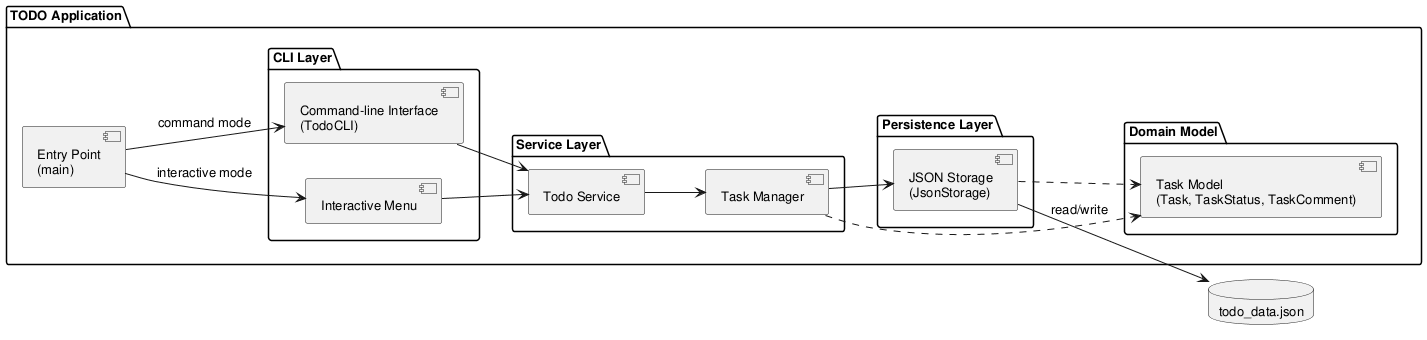
DanielRiha8906/Software_autoevolution_using_agents keeps this PlantUML diagram as experiments/broadcast/user_stories/TODO/artifacts/component_diagram.png. Above is the earlier version.
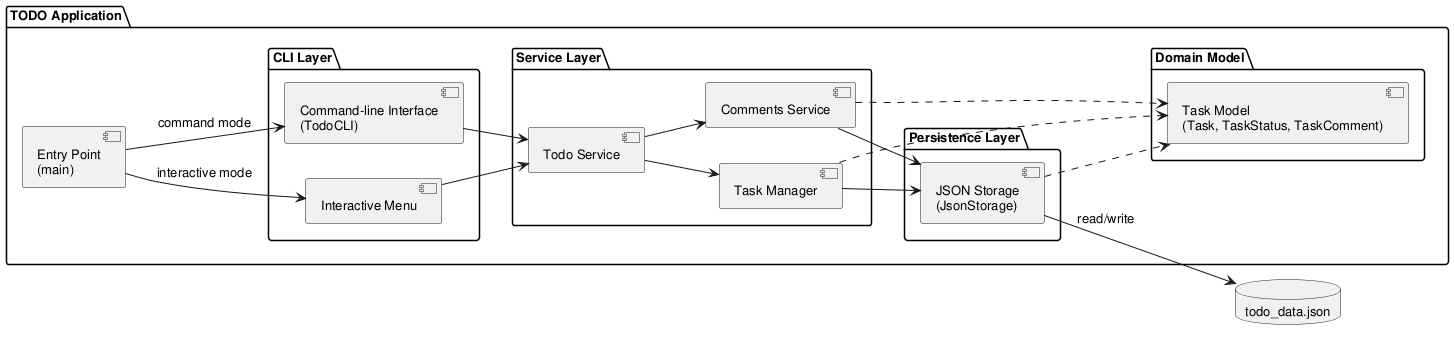
Above is the later version.

Change to the diagram source:
```diff
@@ -17,6 +17,7 @@
     package "Service Layer" {
         component "Todo Service" as SVC
         component "Task Manager" as MGR
+        component "Comments Service" as CSVC
     }
 
     package "Domain Model" {
@@ -37,8 +38,11 @@
 CLI --> SVC
 
 SVC --> MGR
+SVC --> CSVC
 MGR --> Storage
+CSVC --> Storage
 MGR ..> Model
+CSVC ..> Model
 Storage ..> Model
 
 Storage --> DB : read/write
```
